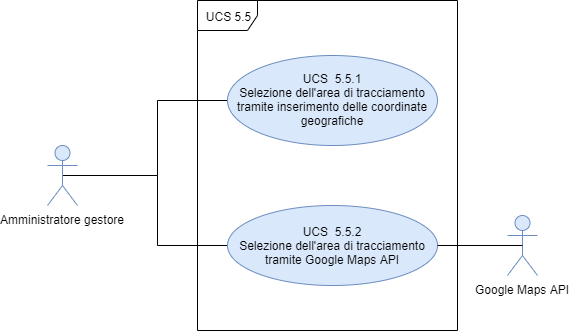
Before: DocumentazioneEsterna/AnalisiDeiRequisiti/Sezioni/UseCase/Immagini/UCS5.5.png, a diagram exported from draw.io (qb-team/Stalker-Documentazione). Source tidied: cells renumbered, new cells last; positions are measured from the earlier drawing's top-left corner, leaving out a move shared by most shapes. Its diagram source:
```xml
<mxGraphModel>
  <root>
    <mxCell id="0" />
    <mxCell id="1" parent="0" />
    <mxCell id="2" value="UCS 5.5" style="shape=umlFrame;whiteSpace=wrap;html=1;" parent="1" vertex="1">
      <mxGeometry x="150" width="260" height="330" as="geometry" />
    </mxCell>
    <mxCell id="3" style="edgeStyle=orthogonalEdgeStyle;rounded=0;jettySize=auto;html=1;exitX=0.5;exitY=0.5;exitDx=0;exitDy=0;exitPerimeter=0;entryX=0;entryY=0.5;entryDx=0;entryDy=0;endArrow=none;endFill=0;" parent="1" edge="1" source="5" target="6">
      <mxGeometry relative="1" as="geometry">
        <Array as="points">
          <mxPoint x="110" y="175" />
          <mxPoint x="110" y="100" />
        </Array>
      </mxGeometry>
    </mxCell>
    <mxCell id="4" style="edgeStyle=orthogonalEdgeStyle;rounded=0;jettySize=auto;html=1;exitX=0.5;exitY=0.5;exitDx=0;exitDy=0;exitPerimeter=0;entryX=0;entryY=0.5;entryDx=0;entryDy=0;endArrow=none;endFill=0;" parent="1" edge="1" source="5" target="7">
      <mxGeometry relative="1" as="geometry">
        <Array as="points">
          <mxPoint x="110" y="175" />
          <mxPoint x="110" y="245" />
        </Array>
      </mxGeometry>
    </mxCell>
    <mxCell id="5" value="Amministratore gestore" style="shape=umlActor;verticalLabelPosition=bottom;labelBackgroundColor=#ffffff;verticalAlign=top;html=1;fillColor=#dae8fc;strokeColor=#6c8ebf;" parent="1" vertex="1">
      <mxGeometry y="145" width="30" height="60" as="geometry" />
    </mxCell>
    <mxCell id="6" value="UCS&amp;nbsp; 5.5.1&lt;br&gt;Selezione dell'area di tracciamento tramite inserimento delle coordinate geografiche" style="ellipse;whiteSpace=wrap;html=1;fillColor=#dae8fc;strokeColor=#6c8ebf;" parent="1" vertex="1">
      <mxGeometry x="180" y="55" width="210" height="90" as="geometry" />
    </mxCell>
    <mxCell id="7" value="UCS&amp;nbsp; 5.5.2&lt;br&gt;Selezione dell'area di tracciamento tramite Google Maps API" style="ellipse;whiteSpace=wrap;html=1;fillColor=#dae8fc;strokeColor=#6c8ebf;" parent="1" vertex="1">
      <mxGeometry x="180" y="205" width="210" height="80" as="geometry" />
    </mxCell>
    <mxCell id="8" value="Google Maps API" style="shape=umlActor;verticalLabelPosition=bottom;labelBackgroundColor=#ffffff;verticalAlign=top;html=1;outlineConnect=0;fillColor=#dae8fc;strokeColor=#6c8ebf;" parent="1" vertex="1">
      <mxGeometry x="460" y="215" width="30" height="60" as="geometry" />
    </mxCell>
    <mxCell id="9" style="endArrow=none;html=1;exitX=1;exitY=0.5;exitDx=0;exitDy=0;entryX=0.5;entryY=0.5;entryDx=0;entryDy=0;entryPerimeter=0;" parent="1" edge="1" source="7" target="8">
      <mxGeometry relative="1" as="geometry" />
    </mxCell>
  </root>
</mxGraphModel>
```
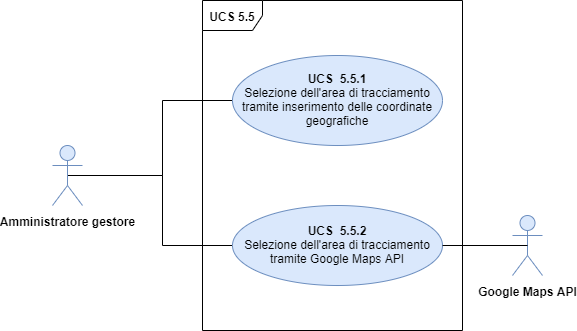
The same diagram one commit later.

Change to the diagram source:
```diff
@@ -2,7 +2,7 @@
   <root>
     <mxCell id="0" />
     <mxCell id="1" parent="0" />
-    <mxCell id="2" value="UCS 5.5" style="shape=umlFrame;whiteSpace=wrap;html=1;" parent="1" vertex="1">
+    <mxCell id="2" value="&lt;b&gt;UCS 5.5&lt;/b&gt;" style="shape=umlFrame;whiteSpace=wrap;html=1;" parent="1" vertex="1">
       <mxGeometry x="150" width="260" height="330" as="geometry" />
     </mxCell>
     <mxCell id="3" style="edgeStyle=orthogonalEdgeStyle;rounded=0;jettySize=auto;html=1;exitX=0.5;exitY=0.5;exitDx=0;exitDy=0;exitPerimeter=0;entryX=0;entryY=0.5;entryDx=0;entryDy=0;endArrow=none;endFill=0;" parent="1" edge="1" source="5" target="6">
@@ -21,16 +21,16 @@
         </Array>
       </mxGeometry>
     </mxCell>
-    <mxCell id="5" value="Amministratore gestore" style="shape=umlActor;verticalLabelPosition=bottom;labelBackgroundColor=#ffffff;verticalAlign=top;html=1;fillColor=#dae8fc;strokeColor=#6c8ebf;" parent="1" vertex="1">
+    <mxCell id="5" value="&lt;b&gt;Amministratore gestore&lt;/b&gt;" style="shape=umlActor;verticalLabelPosition=bottom;labelBackgroundColor=#ffffff;verticalAlign=top;html=1;fillColor=#dae8fc;strokeColor=#6c8ebf;" parent="1" vertex="1">
       <mxGeometry y="145" width="30" height="60" as="geometry" />
     </mxCell>
-    <mxCell id="6" value="UCS&amp;nbsp; 5.5.1&lt;br&gt;Selezione dell'area di tracciamento tramite inserimento delle coordinate geografiche" style="ellipse;whiteSpace=wrap;html=1;fillColor=#dae8fc;strokeColor=#6c8ebf;" parent="1" vertex="1">
+    <mxCell id="6" value="&lt;b&gt;UCS&amp;nbsp; 5.5.1&lt;br&gt;&lt;/b&gt;Selezione dell'area di tracciamento tramite inserimento delle coordinate geografiche" style="ellipse;whiteSpace=wrap;html=1;fillColor=#dae8fc;strokeColor=#6c8ebf;" parent="1" vertex="1">
       <mxGeometry x="180" y="55" width="210" height="90" as="geometry" />
     </mxCell>
-    <mxCell id="7" value="UCS&amp;nbsp; 5.5.2&lt;br&gt;Selezione dell'area di tracciamento tramite Google Maps API" style="ellipse;whiteSpace=wrap;html=1;fillColor=#dae8fc;strokeColor=#6c8ebf;" parent="1" vertex="1">
+    <mxCell id="7" value="&lt;b&gt;UCS&amp;nbsp; 5.5.2&lt;br&gt;&lt;/b&gt;Selezione dell'area di tracciamento tramite Google Maps API" style="ellipse;whiteSpace=wrap;html=1;fillColor=#dae8fc;strokeColor=#6c8ebf;" parent="1" vertex="1">
       <mxGeometry x="180" y="205" width="210" height="80" as="geometry" />
     </mxCell>
-    <mxCell id="8" value="Google Maps API" style="shape=umlActor;verticalLabelPosition=bottom;labelBackgroundColor=#ffffff;verticalAlign=top;html=1;outlineConnect=0;fillColor=#dae8fc;strokeColor=#6c8ebf;" parent="1" vertex="1">
+    <mxCell id="8" value="&lt;b&gt;Google Maps API&lt;/b&gt;" style="shape=umlActor;verticalLabelPosition=bottom;labelBackgroundColor=#ffffff;verticalAlign=top;html=1;outlineConnect=0;fillColor=#dae8fc;strokeColor=#6c8ebf;" parent="1" vertex="1">
       <mxGeometry x="460" y="215" width="30" height="60" as="geometry" />
     </mxCell>
     <mxCell id="9" style="endArrow=none;html=1;exitX=1;exitY=0.5;exitDx=0;exitDy=0;entryX=0.5;entryY=0.5;entryDx=0;entryDy=0;entryPerimeter=0;" parent="1" edge="1" source="7" target="8">
```
